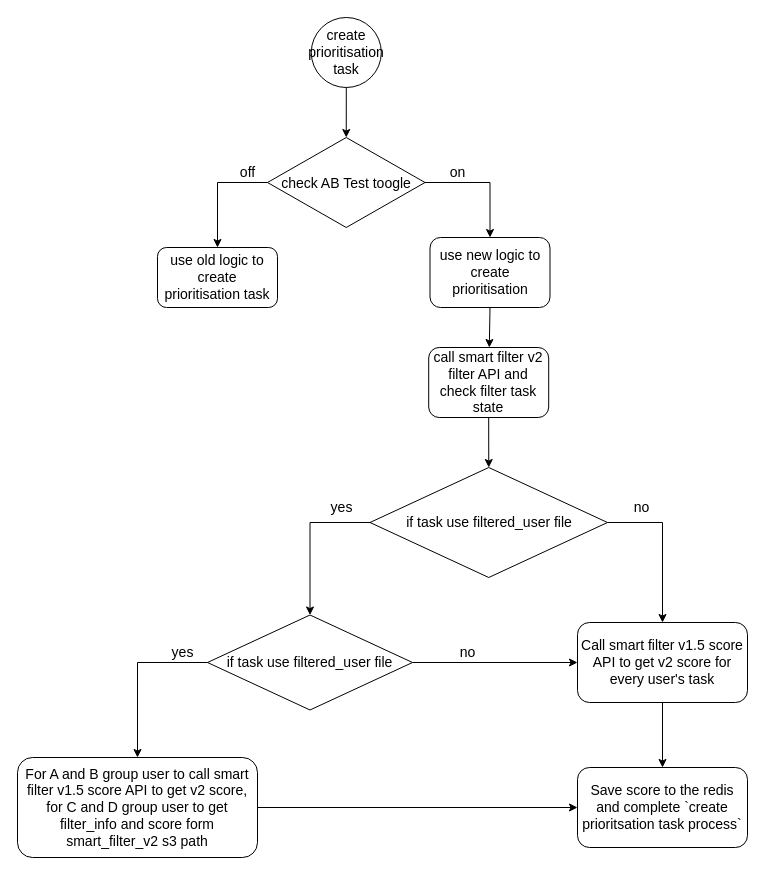
The draw.io diagram prioritisation.drawio in zzw55486402/20200626, before the edit. Source tidied: cells renumbered, new cells numbered last; positions are measured from the earlier drawing's top-left corner, leaving out a move shared by most shapes. Both pictures are drawn from the tidied source at 100%, with x=0, y=0 at pixel (17, 17).
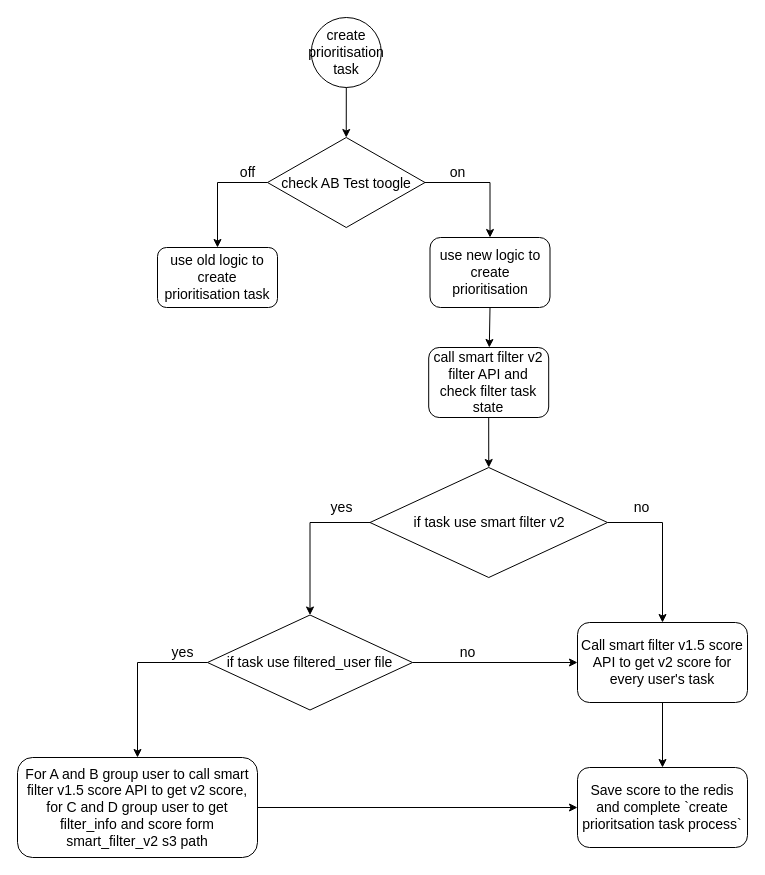
The same page after the edit.

The edit, as a diff of the source:
```diff
@@
-    <mxCell id="11" value="if task use filtered_user file" style="rhombus;whiteSpace=wrap;html=1;fontSize=14;" parent="1" vertex="1">
+    <mxCell id="11" value="if task use smart filter v2" style="rhombus;whiteSpace=wrap;html=1;fontSize=14;" parent="1" vertex="1">
       <mxGeometry x="352.5" y="450" width="237.5" height="110" as="geometry" />
     </mxCell>
```
